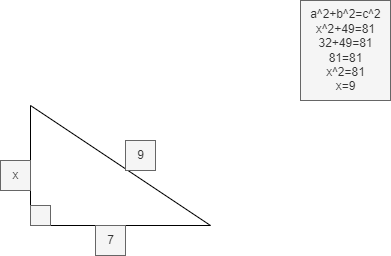
Earlier version of the draw.io export MiddleSchool/7th Grade/Math/images/ml.drawio.png (cassanderfischer/school). Source tidied: cells renumbered, new cells last; positions are measured from the earlier drawing's top-left corner, leaving out a move shared by most shapes. The source it was exported from:
```xml
<mxGraphModel background="#ffffff">
  <root>
    <mxCell id="0" />
    <mxCell id="1" parent="0" />
    <mxCell id="2" style="verticalLabelPosition=bottom;verticalAlign=top;html=1;shape=mxgraph.basic.orthogonal_triangle;" parent="1" vertex="1">
      <mxGeometry x="30" y="105" width="180" height="120" as="geometry" />
    </mxCell>
    <mxCell id="3" value="x" style="text;html=1;align=center;verticalAlign=middle;strokeColor=#666666;fillColor=#f5f5f5;fontColor=#333333;" parent="1" vertex="1">
      <mxGeometry y="160" width="30" height="30" as="geometry" />
    </mxCell>
    <mxCell id="4" value="7" style="text;html=1;align=center;verticalAlign=middle;strokeColor=#666666;fillColor=#f5f5f5;fontColor=#333333;" parent="1" vertex="1">
      <mxGeometry x="95" y="225" width="30" height="30" as="geometry" />
    </mxCell>
    <mxCell id="5" value="9" style="text;html=1;align=center;verticalAlign=middle;strokeColor=#666666;fillColor=#f5f5f5;fontColor=#333333;" parent="1" vertex="1">
      <mxGeometry x="125" y="140" width="30" height="30" as="geometry" />
    </mxCell>
    <mxCell id="6" style="whiteSpace=wrap;html=1;fillColor=#f5f5f5;fontColor=#333333;strokeColor=#666666;" parent="1" vertex="1">
      <mxGeometry x="30" y="205" width="20" height="20" as="geometry" />
    </mxCell>
    <mxCell id="7" value="a^2+b^2=c^2&lt;br&gt;x^2+49=81&lt;br&gt;32+49=81&lt;br&gt;81=81&lt;br&gt;x^2=81&lt;br&gt;x=9" style="text;html=1;align=center;verticalAlign=middle;strokeColor=#666666;fillColor=#f5f5f5;fontColor=#333333;" parent="1" vertex="1">
      <mxGeometry x="300" width="90" height="100" as="geometry" />
    </mxCell>
  </root>
</mxGraphModel>
```
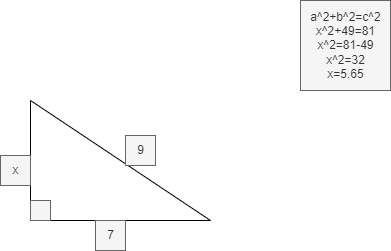
After the change.

Change to the diagram source:
```diff
@@ -17,8 +17,8 @@
     <mxCell id="6" style="whiteSpace=wrap;html=1;fillColor=#f5f5f5;fontColor=#333333;strokeColor=#666666;" parent="1" vertex="1">
       <mxGeometry x="30" y="205" width="20" height="20" as="geometry" />
     </mxCell>
-    <mxCell id="7" value="a^2+b^2=c^2&lt;br&gt;x^2+49=81&lt;br&gt;32+49=81&lt;br&gt;81=81&lt;br&gt;x^2=81&lt;br&gt;x=9" style="text;html=1;align=center;verticalAlign=middle;strokeColor=#666666;fillColor=#f5f5f5;fontColor=#333333;" parent="1" vertex="1">
-      <mxGeometry x="300" width="90" height="100" as="geometry" />
+    <mxCell id="7" value="a^2+b^2=c^2&lt;br&gt;x^2+49=81&lt;br&gt;x^2=81-49&lt;br&gt;x^2=32&lt;br&gt;x=5.65" style="text;html=1;align=center;verticalAlign=middle;strokeColor=#666666;fillColor=#f5f5f5;fontColor=#333333;" parent="1" vertex="1">
+      <mxGeometry x="300" y="5" width="90" height="90" as="geometry" />
     </mxCell>
   </root>
 </mxGraphModel>
```
